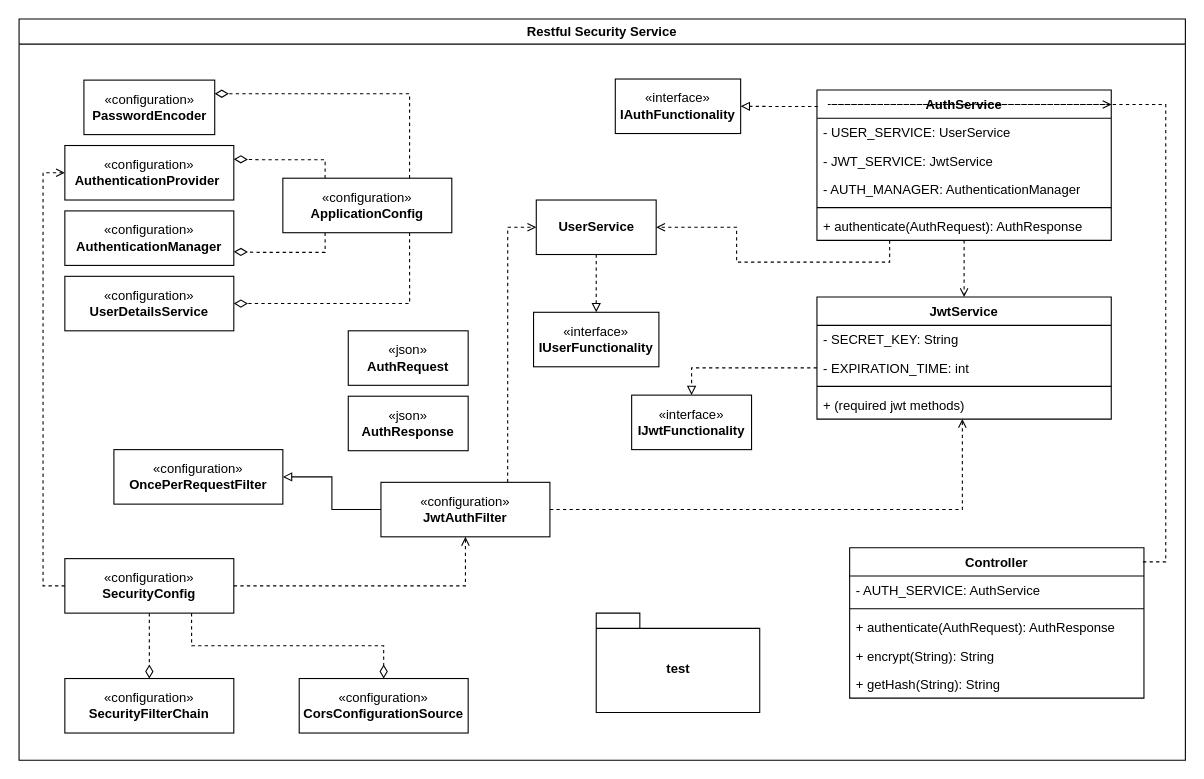
The draw.io diagram diagrams/security_service_class_diagram.drawio in NM4TT/Restful-CRUD-App, before the edit. Source tidied: cells renumbered, new cells numbered last; positions are measured from the earlier drawing's top-left corner, leaving out a move shared by most shapes. Both pictures are drawn from the tidied source at 109%, with x=0, y=0 at pixel (19, 19).
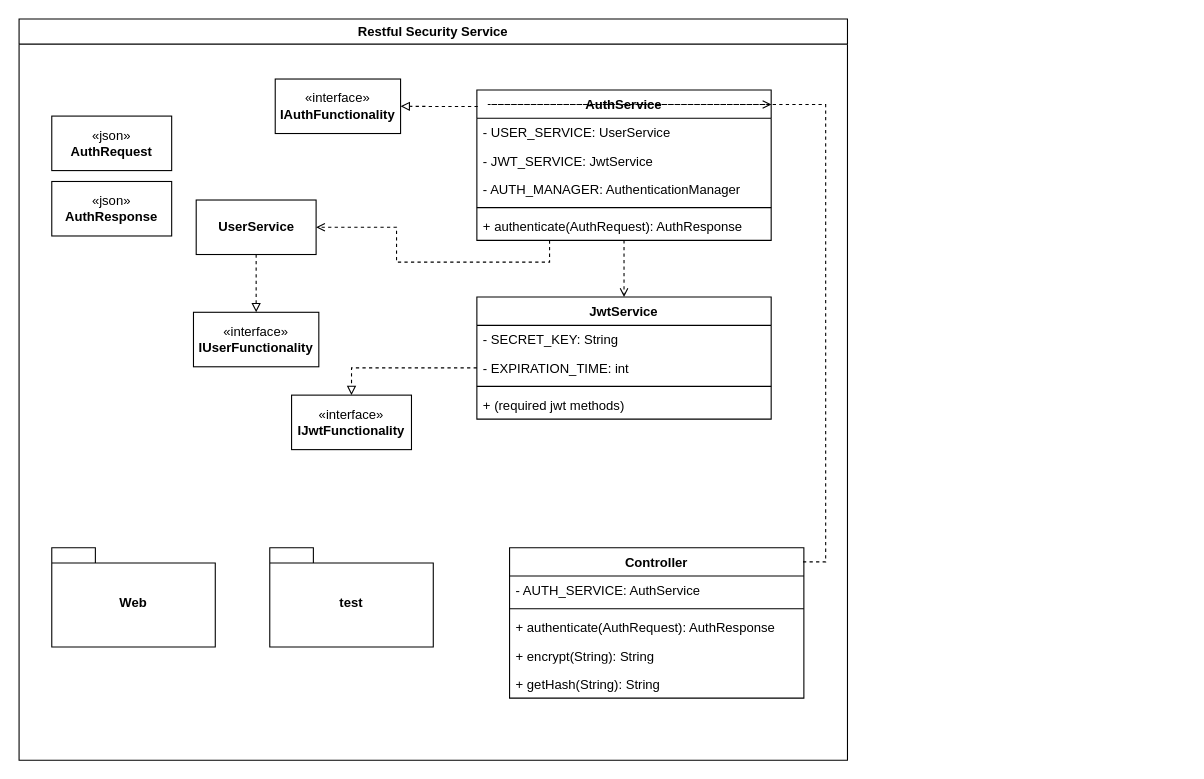
The same diagram, later.

Commit message (it also covers changes not shown here):
Modify security_service_class_diagram for simplicity

Unchanged cells that the change refers to:
```xml
<mxCell id="27" value="+ (required jwt methods)" style="text;strokeColor=none;fillColor=none;align=left;verticalAlign=top;spacingLeft=4;spacingRight=4;overflow=hidden;points=[[0,0.5],[1,0.5]];portConstraint=eastwest;whiteSpace=wrap;html=1;" parent="23" vertex="1">
  <mxGeometry y="86" width="270" height="26" as="geometry" />
</mxCell>
```

The edit, as a diff of the source:
```diff
@@
     <mxCell id="2" value="Restful Security Service" style="swimlane;whiteSpace=wrap;html=1;startSize=23;" parent="1" vertex="1">
-      <mxGeometry width="1070" height="680" as="geometry" />
+      <mxGeometry width="760" height="680" as="geometry" />
     </mxCell>
     <mxCell id="3" value="test" style="shape=folder;fontStyle=1;spacingTop=10;tabWidth=40;tabHeight=14;tabPosition=left;html=1;whiteSpace=wrap;" parent="2" vertex="1">
-      <mxGeometry x="529.5" y="545" width="150" height="91.1" as="geometry" />
+      <mxGeometry x="230" y="485" width="150" height="91.1" as="geometry" />
     </mxCell>
-    <mxCell id="4" value="«configuration»&lt;br&gt;&lt;b&gt;PasswordEncoder&lt;/b&gt;" style="html=1;whiteSpace=wrap;" parent="2" vertex="1">
-      <mxGeometry x="59.5" y="56" width="120" height="50" as="geometry" />
-    </mxCell>
-    <mxCell id="5" value="«configuration»&lt;br&gt;&lt;b&gt;AuthenticationProvider&amp;nbsp;&lt;/b&gt;" style="html=1;whiteSpace=wrap;" parent="2" vertex="1">
-      <mxGeometry x="42" y="116" width="155" height="50" as="geometry" />
-    </mxCell>
-    <mxCell id="6" value="«configuration»&lt;br&gt;&lt;b&gt;UserDetailsService&lt;/b&gt;" style="html=1;whiteSpace=wrap;" parent="2" vertex="1">
-      <mxGeometry x="42" y="236" width="155" height="50" as="geometry" />
-    </mxCell>
-    <mxCell id="7" value="«configuration»&lt;br&gt;&lt;b&gt;AuthenticationManager&lt;/b&gt;" style="html=1;whiteSpace=wrap;" parent="2" vertex="1">
-      <mxGeometry x="42" y="176" width="155" height="50" as="geometry" />
-    </mxCell>
-    <mxCell id="8" style="edgeStyle=orthogonalEdgeStyle;rounded=0;jettySize=auto;html=1;entryX=1;entryY=0.25;entryDx=0;entryDy=0;exitX=0.75;exitY=0;exitDx=0;exitDy=0;endArrow=diamondThin;endFill=0;dashed=1;endSize=10;startSize=10;" parent="2" edge="1" source="12" target="4">
-      <mxGeometry relative="1" as="geometry" />
-    </mxCell>
-    <mxCell id="9" style="edgeStyle=orthogonalEdgeStyle;rounded=0;jettySize=auto;html=1;exitX=0.25;exitY=0;exitDx=0;exitDy=0;entryX=1;entryY=0.25;entryDx=0;entryDy=0;endArrow=diamondThin;endFill=0;dashed=1;endSize=10;startSize=10;" parent="2" edge="1" source="12" target="5">
-      <mxGeometry relative="1" as="geometry">
-        <Array as="points">
-          <mxPoint x="281" y="129" />
-          <mxPoint x="220" y="129" />
-        </Array>
-      </mxGeometry>
-    </mxCell>
-    <mxCell id="10" style="edgeStyle=orthogonalEdgeStyle;rounded=0;jettySize=auto;html=1;exitX=0.25;exitY=1;exitDx=0;exitDy=0;entryX=1;entryY=0.75;entryDx=0;entryDy=0;endArrow=diamondThin;endFill=0;dashed=1;endSize=10;startSize=10;" parent="2" edge="1" source="12" target="7">
-      <mxGeometry relative="1" as="geometry">
-        <Array as="points">
-          <mxPoint x="281" y="214" />
-          <mxPoint x="220" y="214" />
-        </Array>
-      </mxGeometry>
-    </mxCell>
-    <mxCell id="11" style="edgeStyle=orthogonalEdgeStyle;rounded=0;jettySize=auto;html=1;exitX=0.75;exitY=1;exitDx=0;exitDy=0;entryX=1;entryY=0.5;entryDx=0;entryDy=0;endArrow=diamondThin;endFill=0;dashed=1;endSize=10;startSize=10;" parent="2" edge="1" source="12" target="6">
-      <mxGeometry relative="1" as="geometry" />
-    </mxCell>
-    <mxCell id="12" value="«configuration»&lt;br&gt;&lt;b&gt;ApplicationConfig&lt;/b&gt;" style="html=1;whiteSpace=wrap;" parent="2" vertex="1">
-      <mxGeometry x="242" y="146" width="155" height="50" as="geometry" />
-    </mxCell>
     <mxCell id="13" value="«json»&lt;br&gt;&lt;b&gt;AuthRequest&lt;/b&gt;" style="html=1;whiteSpace=wrap;" parent="2" vertex="1">
-      <mxGeometry x="302" y="286" width="110" height="50" as="geometry" />
+      <mxGeometry x="30" y="89" width="110" height="50" as="geometry" />
     </mxCell>
     <mxCell id="14" value="«json»&lt;br&gt;&lt;b&gt;AuthResponse&lt;/b&gt;" style="html=1;whiteSpace=wrap;" parent="2" vertex="1">
-      <mxGeometry x="302" y="346" width="110" height="50" as="geometry" />
+      <mxGeometry x="30" y="149" width="110" height="50" as="geometry" />
     </mxCell>
@@
     <mxCell id="16" value="AuthService" style="swimlane;fontStyle=1;align=center;verticalAlign=top;horizontal=1;startSize=26;whiteSpace=wrap;html=1;" parent="2" vertex="1">
-      <mxGeometry x="732" y="65" width="270" height="138" as="geometry" />
+      <mxGeometry x="420" y="65" width="270" height="138" as="geometry" />
     </mxCell>
@@
     <mxCell id="23" value="JwtService" style="swimlane;fontStyle=1;align=center;verticalAlign=top;horizontal=1;startSize=26;whiteSpace=wrap;html=1;" parent="2" vertex="1">
-      <mxGeometry x="732" y="255" width="270" height="112" as="geometry" />
+      <mxGeometry x="420" y="255" width="270" height="112" as="geometry" />
     </mxCell>
@@
     <mxCell id="28" value="«interface»&lt;br&gt;&lt;b&gt;IAuthFunctionality&lt;/b&gt;" style="html=1;whiteSpace=wrap;" parent="2" vertex="1">
-      <mxGeometry x="547" y="55" width="115" height="50" as="geometry" />
+      <mxGeometry x="235" y="55" width="115" height="50" as="geometry" />
     </mxCell>
-    <mxCell id="29" style="edgeStyle=orthogonalEdgeStyle;rounded=0;jettySize=auto;html=1;exitX=0;exitY=0.5;exitDx=0;exitDy=0;entryX=1;entryY=0.5;entryDx=0;entryDy=0;endArrow=block;endFill=0;" parent="2" edge="1" source="31" target="42">
-      <mxGeometry relative="1" as="geometry" />
-    </mxCell>
-    <mxCell id="30" style="edgeStyle=orthogonalEdgeStyle;rounded=0;jettySize=auto;html=1;exitX=0.75;exitY=0;exitDx=0;exitDy=0;entryX=0;entryY=0.5;entryDx=0;entryDy=0;endArrow=open;endFill=0;dashed=1;" parent="2" edge="1" source="31" target="39">
-      <mxGeometry relative="1" as="geometry" />
-    </mxCell>
-    <mxCell id="31" value="«configuration»&lt;br&gt;&lt;b&gt;JwtAuthFilter&lt;/b&gt;" style="html=1;whiteSpace=wrap;" parent="2" vertex="1">
-      <mxGeometry x="332" y="425" width="155" height="50" as="geometry" />
-    </mxCell>
-    <mxCell id="32" style="edgeStyle=orthogonalEdgeStyle;rounded=0;jettySize=auto;html=1;exitX=1;exitY=0.5;exitDx=0;exitDy=0;entryX=0.5;entryY=1;entryDx=0;entryDy=0;endArrow=open;endFill=0;dashed=1;" parent="2" edge="1" source="36" target="31">
-      <mxGeometry relative="1" as="geometry">
-        <Array as="points">
-          <mxPoint x="410" y="520" />
-        </Array>
-      </mxGeometry>
-    </mxCell>
-    <mxCell id="33" style="edgeStyle=orthogonalEdgeStyle;rounded=0;jettySize=auto;html=1;exitX=0;exitY=0.5;exitDx=0;exitDy=0;entryX=0;entryY=0.5;entryDx=0;entryDy=0;endArrow=open;endFill=0;dashed=1;" parent="2" edge="1" source="36" target="5">
-      <mxGeometry relative="1" as="geometry" />
-    </mxCell>
-    <mxCell id="34" style="edgeStyle=orthogonalEdgeStyle;rounded=0;jettySize=auto;html=1;endArrow=diamondThin;endFill=0;dashed=1;endSize=10;startSize=10;" parent="2" edge="1" source="36" target="43">
-      <mxGeometry relative="1" as="geometry" />
-    </mxCell>
-    <mxCell id="35" style="edgeStyle=orthogonalEdgeStyle;rounded=0;jettySize=auto;html=1;exitX=0.75;exitY=1;exitDx=0;exitDy=0;entryX=0.5;entryY=0;entryDx=0;entryDy=0;endArrow=diamondThin;endFill=0;dashed=1;endSize=10;startSize=10;" parent="2" edge="1" source="36" target="44">
-      <mxGeometry relative="1" as="geometry" />
-    </mxCell>
-    <mxCell id="36" value="«configuration»&lt;br&gt;&lt;b&gt;SecurityConfig&lt;/b&gt;" style="html=1;whiteSpace=wrap;" parent="2" vertex="1">
-      <mxGeometry x="42" y="495" width="155" height="50" as="geometry" />
-    </mxCell>
     <mxCell id="37" value="«interface»&lt;br&gt;&lt;b&gt;IUserFunctionality&lt;/b&gt;" style="html=1;whiteSpace=wrap;" parent="2" vertex="1">
-      <mxGeometry x="472" y="269" width="115" height="50" as="geometry" />
+      <mxGeometry x="160" y="269" width="115" height="50" as="geometry" />
     </mxCell>
@@
     <mxCell id="39" value="&lt;b&gt;UserService&lt;/b&gt;" style="html=1;whiteSpace=wrap;" parent="2" vertex="1">
-      <mxGeometry x="474.5" y="166" width="110" height="50" as="geometry" />
+      <mxGeometry x="162.5" y="166" width="110" height="50" as="geometry" />
     </mxCell>
@@
-    <mxCell id="41" style="edgeStyle=orthogonalEdgeStyle;rounded=0;jettySize=auto;html=1;exitX=1;exitY=0.5;exitDx=0;exitDy=0;entryX=0.494;entryY=0.997;entryDx=0;entryDy=0;entryPerimeter=0;endArrow=open;endFill=0;dashed=1;" parent="2" edge="1" source="31" target="27">
-      <mxGeometry relative="1" as="geometry" />
-    </mxCell>
-    <mxCell id="42" value="«configuration»&lt;br&gt;&lt;b&gt;OncePerRequestFilter&lt;/b&gt;" style="html=1;whiteSpace=wrap;" parent="2" vertex="1">
-      <mxGeometry x="87" y="395" width="155" height="50" as="geometry" />
-    </mxCell>
-    <mxCell id="43" value="«configuration»&lt;br&gt;&lt;b&gt;SecurityFilterChain&lt;/b&gt;" style="html=1;whiteSpace=wrap;" parent="2" vertex="1">
-      <mxGeometry x="42" y="605" width="155" height="50" as="geometry" />
-    </mxCell>
-    <mxCell id="44" value="«configuration»&lt;br&gt;&lt;b&gt;CorsConfigurationSource&lt;/b&gt;" style="html=1;whiteSpace=wrap;" parent="2" vertex="1">
-      <mxGeometry x="257" y="605" width="155" height="50" as="geometry" />
-    </mxCell>
@@
     <mxCell id="46" value="«interface»&lt;br&gt;&lt;b&gt;IJwtFunctionality&lt;/b&gt;" style="html=1;whiteSpace=wrap;" parent="2" vertex="1">
-      <mxGeometry x="562" y="345" width="110" height="50" as="geometry" />
+      <mxGeometry x="250" y="345" width="110" height="50" as="geometry" />
     </mxCell>
     <mxCell id="47" value="Controller" style="swimlane;fontStyle=1;align=center;verticalAlign=top;horizontal=1;startSize=26;whiteSpace=wrap;html=1;" parent="2" vertex="1">
-      <mxGeometry x="762" y="485" width="270" height="138" as="geometry" />
+      <mxGeometry x="450" y="485" width="270" height="138" as="geometry" />
     </mxCell>
@@
+    <mxCell id="54" value="Web" style="shape=folder;fontStyle=1;spacingTop=10;tabWidth=40;tabHeight=14;tabPosition=left;html=1;whiteSpace=wrap;" parent="2" vertex="1">
+      <mxGeometry x="30" y="485" width="150" height="91.1" as="geometry" />
+    </mxCell>
```
